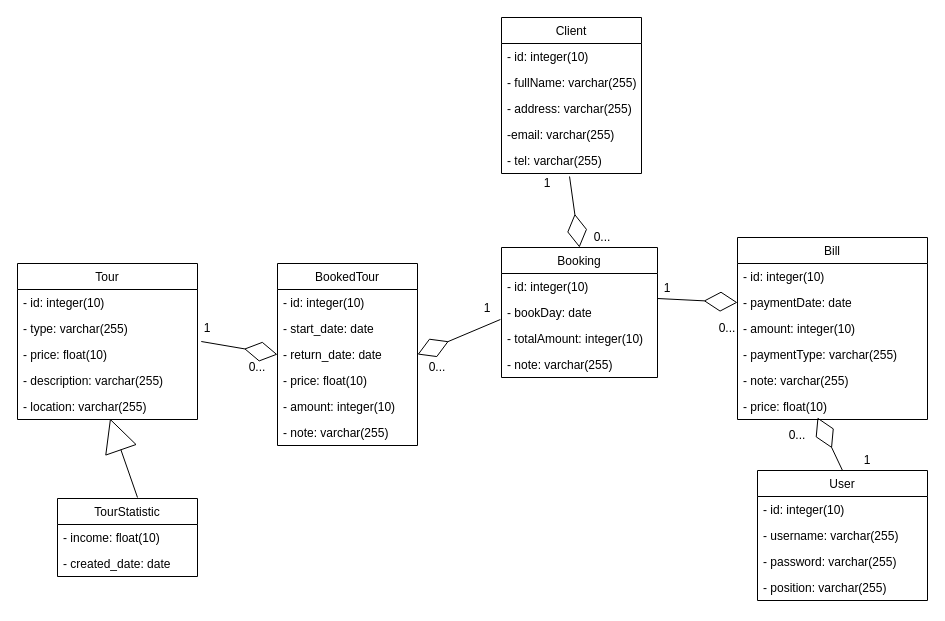
Earlier version of the draw.io diagram classDiagram.drawio (thanhlongtld/classical_software_engineering). Source tidied: cells renumbered, new cells numbered last; positions are measured from the earlier drawing's top-left corner, leaving out a move shared by most shapes. Both pictures are drawn from the tidied source at 100%, with x=0, y=0 at pixel (17, 17).
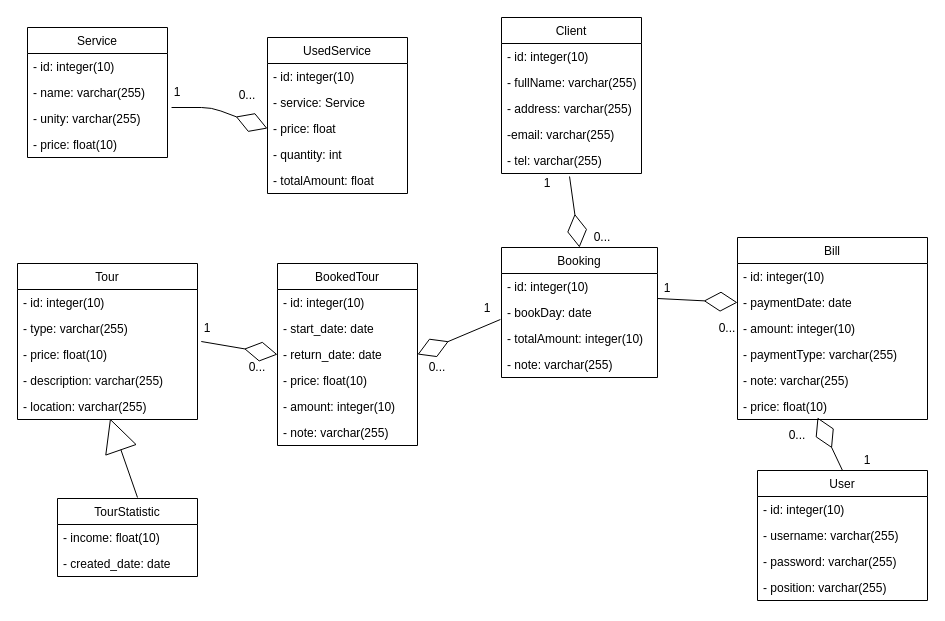
Above is the later version.

What changed in the source:
```diff
@@
+    <mxCell id="57" value="UsedService" style="swimlane;fontStyle=0;horizontal=1;startSize=26;fillColor=none;" parent="1" vertex="1">
+      <mxGeometry x="250" y="20" width="140" height="156" as="geometry" />
+    </mxCell>
+    <mxCell id="58" value="- id: integer(10)" style="text;strokeColor=none;fillColor=none;align=left;verticalAlign=top;spacingLeft=4;spacingRight=4;overflow=hidden;" parent="57" vertex="1">
+      <mxGeometry y="26" width="140" height="26" as="geometry" />
+    </mxCell>
+    <mxCell id="59" value="- service: Service" style="text;strokeColor=none;fillColor=none;align=left;verticalAlign=top;spacingLeft=4;spacingRight=4;overflow=hidden;" parent="57" vertex="1">
+      <mxGeometry y="52" width="140" height="26" as="geometry" />
+    </mxCell>
+    <mxCell id="60" value="- price: float" style="text;strokeColor=none;fillColor=none;align=left;verticalAlign=top;spacingLeft=4;spacingRight=4;overflow=hidden;points=[[0,0.5],[1,0.5]];portConstraint=eastwest;" parent="57" vertex="1">
+      <mxGeometry y="78" width="140" height="26" as="geometry" />
+    </mxCell>
+    <mxCell id="61" value="- quantity: int" style="text;strokeColor=none;fillColor=none;align=left;verticalAlign=top;spacingLeft=4;spacingRight=4;overflow=hidden;" parent="57" vertex="1">
+      <mxGeometry y="104" width="140" height="26" as="geometry" />
+    </mxCell>
+    <mxCell id="62" value="- totalAmount: float" style="text;strokeColor=none;fillColor=none;align=left;verticalAlign=top;spacingLeft=4;spacingRight=4;overflow=hidden;" parent="57" vertex="1">
+      <mxGeometry y="130" width="140" height="26" as="geometry" />
+    </mxCell>
+    <mxCell id="63" value="Service" style="swimlane;fontStyle=0;horizontal=1;startSize=26;fillColor=none;" parent="1" vertex="1">
+      <mxGeometry x="10" y="10" width="140" height="130" as="geometry" />
+    </mxCell>
+    <mxCell id="64" value="- id: integer(10)" style="text;strokeColor=none;fillColor=none;align=left;verticalAlign=top;spacingLeft=4;spacingRight=4;overflow=hidden;" parent="63" vertex="1">
+      <mxGeometry y="26" width="140" height="26" as="geometry" />
+    </mxCell>
+    <mxCell id="65" value="- name: varchar(255)" style="text;strokeColor=none;fillColor=none;align=left;verticalAlign=top;spacingLeft=4;spacingRight=4;overflow=hidden;" parent="63" vertex="1">
+      <mxGeometry y="52" width="140" height="26" as="geometry" />
+    </mxCell>
+    <mxCell id="66" value="- unity: varchar(255)" style="text;strokeColor=none;fillColor=none;align=left;verticalAlign=top;spacingLeft=4;spacingRight=4;overflow=hidden;points=[[0,0.5],[1,0.5]];portConstraint=eastwest;" parent="63" vertex="1">
+      <mxGeometry y="78" width="140" height="26" as="geometry" />
+    </mxCell>
+    <mxCell id="67" value="- price: float(10)" style="text;strokeColor=none;fillColor=none;align=left;verticalAlign=top;spacingLeft=4;spacingRight=4;overflow=hidden;" parent="63" vertex="1">
+      <mxGeometry y="104" width="140" height="26" as="geometry" />
+    </mxCell>
+    <mxCell id="68" style="endArrow=diamondThin;html=1;exitX=1.029;exitY=0.077;exitDx=0;exitDy=0;exitPerimeter=0;entryX=0;entryY=0.5;entryDx=0;entryDy=0;endFill=0;endSize=31;" parent="1" edge="1" source="66" target="60">
+      <mxGeometry relative="1" as="geometry">
+        <Array as="points">
+          <mxPoint x="194" y="90" />
+        </Array>
+      </mxGeometry>
+    </mxCell>
+    <mxCell id="69" value="1" style="text;html=1;strokeColor=none;fillColor=none;align=center;verticalAlign=middle;whiteSpace=wrap;rounded=0;" parent="1" vertex="1">
+      <mxGeometry x="140" y="65" width="40" height="20" as="geometry" />
+    </mxCell>
+    <mxCell id="70" value="0..." style="text;html=1;strokeColor=none;fillColor=none;align=center;verticalAlign=middle;whiteSpace=wrap;rounded=0;" parent="1" vertex="1">
+      <mxGeometry x="210" y="68" width="40" height="20" as="geometry" />
+    </mxCell>
```
